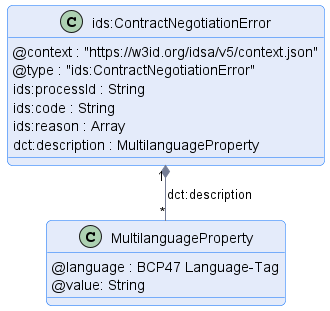
The PlantUML diagram negotiation/message/diagram/contract-negotiation-error.png in International-Data-Spaces-Association/ids-specification, before a commit. Source of this version:
```plantuml
@startuml "contract-negotiation-error"
!pragma layout smetana

!include ../../diagrams/diagram.styles.puml

hide empty description


class "ids:ContractNegotiationError" {
    @context : "https://w3id.org/idsa/v5/context.json"
    @type : "ids:ContractNegotiationError"
    ids:processId : String
    ids:code : String
    ids:reason : Array
    dct:description : MultilanguageProperty
}

class "MultilanguageProperty" {
    @language : BCP47 Language-Tag
    @value: String
}

"ids:ContractNegotiationError" "1" *-- "*" "MultilanguageProperty" : "dct:description"

@enduml
```
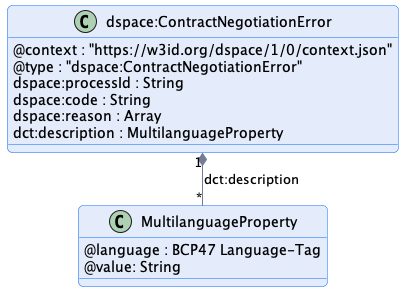
After the commit.

Diff of the diagram source:
```diff
@@ -1,17 +1,17 @@
 @startuml "contract-negotiation-error"
 !pragma layout smetana
 
-!include ../../diagrams/diagram.styles.puml
+!include ../../../common/style/diagram.styles.puml
 
 hide empty description
 
 
-class "ids:ContractNegotiationError" {
-    @context : "https://w3id.org/idsa/v5/context.json"
-    @type : "ids:ContractNegotiationError"
-    ids:processId : String
-    ids:code : String
-    ids:reason : Array
+class "dspace:ContractNegotiationError" {
+    @context : "https://w3id.org/dspace/1/0/context.json"
+    @type : "dspace:ContractNegotiationError"
+    dspace:processId : String
+    dspace:code : String
+    dspace:reason : Array
     dct:description : MultilanguageProperty
 }
 
@@ -20,6 +20,6 @@
     @value: String
 }
 
-"ids:ContractNegotiationError" "1" *-- "*" "MultilanguageProperty" : "dct:description"
+"dspace:ContractNegotiationError" "1" *-- "*" "MultilanguageProperty" : "dct:description"
 
 @enduml
```
